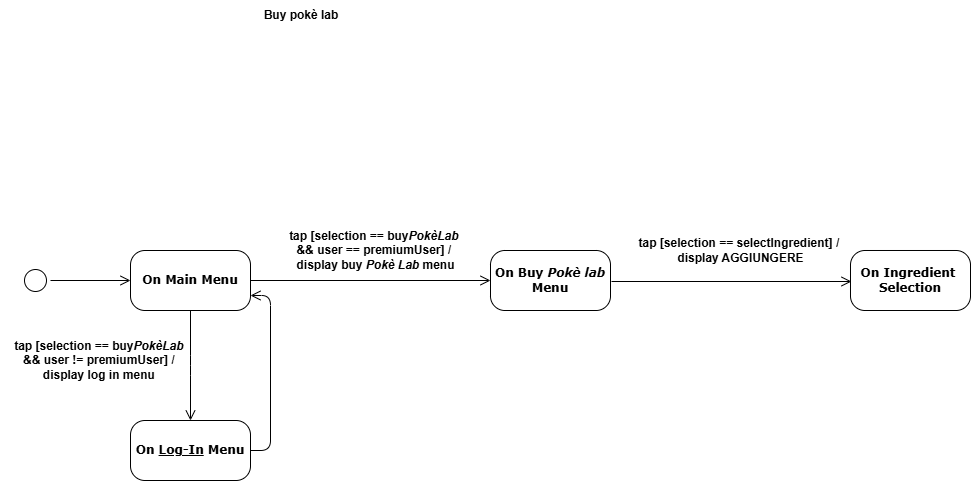
This is diagrams/StateDiagram.drawio.png from matteopinfildi/ISPW-Project, a draw.io export, as it was before one commit. Source tidied: cells renumbered, new cells last; positions are measured from the earlier drawing's top-left corner, leaving out a move shared by most shapes. The source it was exported from:
```xml
<mxGraphModel>
  <root>
    <mxCell id="0" />
    <mxCell id="1" parent="0" />
    <mxCell id="2" value="&lt;b&gt;Buy pokè lab&lt;/b&gt;" style="text;html=1;align=center;verticalAlign=middle;whiteSpace=wrap;rounded=0;" parent="1" vertex="1">
      <mxGeometry x="262" width="78" height="30" as="geometry" />
    </mxCell>
    <mxCell id="3" style="ellipse;html=1;shape=startState;rounded=1;shadow=0;comic=0;labelBackgroundColor=none;fontFamily=Verdana;fontSize=12;align=center;direction=south;" parent="1" vertex="1">
      <mxGeometry x="20" y="265" width="30" height="30" as="geometry" />
    </mxCell>
    <mxCell id="4" value="&lt;b&gt;On Main Menu&lt;/b&gt;" style="rounded=1;whiteSpace=wrap;html=1;arcSize=24;shadow=0;comic=0;labelBackgroundColor=none;fontFamily=Verdana;fontSize=12;align=center;" parent="1" vertex="1">
      <mxGeometry x="130" y="250" width="120" height="60" as="geometry" />
    </mxCell>
    <mxCell id="5" style="edgeStyle=orthogonalEdgeStyle;html=1;labelBackgroundColor=none;endArrow=open;endSize=8;fontFamily=Verdana;fontSize=12;align=left;fontColor=default;" parent="1" edge="1" source="3" target="4">
      <mxGeometry relative="1" as="geometry" />
    </mxCell>
    <mxCell id="6" style="edgeStyle=orthogonalEdgeStyle;html=1;labelBackgroundColor=none;endArrow=open;endSize=8;fontFamily=Verdana;fontSize=12;align=left;fontColor=default;exitX=0.5;exitY=1;exitDx=0;exitDy=0;" parent="1" edge="1" source="4">
      <mxGeometry relative="1" as="geometry">
        <mxPoint x="190" y="420" as="targetPoint" />
      </mxGeometry>
    </mxCell>
    <mxCell id="7" value="&lt;b&gt;On &lt;u&gt;Log-In&lt;/u&gt;&amp;nbsp;Menu&lt;/b&gt;" style="rounded=1;whiteSpace=wrap;html=1;arcSize=24;shadow=0;comic=0;labelBackgroundColor=none;fontFamily=Verdana;fontSize=12;align=center;" parent="1" vertex="1">
      <mxGeometry x="130" y="420" width="120" height="60" as="geometry" />
    </mxCell>
    <mxCell id="8" style="edgeStyle=orthogonalEdgeStyle;html=1;labelBackgroundColor=none;endArrow=open;endSize=8;fontFamily=Verdana;fontSize=12;align=left;fontColor=default;exitX=1;exitY=0.5;exitDx=0;exitDy=0;entryX=1;entryY=0.75;entryDx=0;entryDy=0;" parent="1" edge="1" source="7" target="4">
      <mxGeometry relative="1" as="geometry">
        <Array as="points">
          <mxPoint x="270" y="450" />
          <mxPoint x="270" y="295" />
        </Array>
      </mxGeometry>
    </mxCell>
    <mxCell id="9" value="&lt;b&gt;tap [selection == buy&lt;i&gt;PokèLab&lt;/i&gt;&amp;nbsp;&lt;/b&gt;&lt;div&gt;&lt;b&gt;&amp;amp;&amp;amp;&amp;nbsp;&lt;/b&gt;&lt;b style=&quot;background-color: initial;&quot;&gt;user != premiumUser] &lt;/b&gt;&lt;b style=&quot;background-color: initial;&quot;&gt;/&amp;nbsp;&lt;/b&gt;&lt;div&gt;&lt;div&gt;&lt;b style=&quot;background-color: initial;&quot;&gt;display log in menu&lt;/b&gt;&lt;b style=&quot;background-color: initial;&quot;&gt;&amp;nbsp;&lt;/b&gt;&lt;/div&gt;&lt;/div&gt;&lt;/div&gt;" style="text;html=1;align=center;verticalAlign=middle;strokeColor=none;fillColor=none;" parent="1" vertex="1">
      <mxGeometry y="330" width="200" height="60" as="geometry" />
    </mxCell>
    <mxCell id="10" style="edgeStyle=orthogonalEdgeStyle;html=1;labelBackgroundColor=none;endArrow=open;endSize=8;fontFamily=Verdana;fontSize=12;align=left;fontColor=default;exitX=1;exitY=0.5;exitDx=0;exitDy=0;entryX=0;entryY=0.5;entryDx=0;entryDy=0;" parent="1" edge="1" source="4" target="11">
      <mxGeometry relative="1" as="geometry" />
    </mxCell>
    <mxCell id="11" value="&lt;b&gt;On Buy &lt;i&gt;Pokè lab&lt;/i&gt;&lt;/b&gt;&lt;div&gt;&lt;b&gt;Menu&lt;/b&gt;&lt;/div&gt;" style="rounded=1;whiteSpace=wrap;html=1;arcSize=24;shadow=0;comic=0;labelBackgroundColor=none;fontFamily=Verdana;fontSize=12;align=center;" parent="1" vertex="1">
      <mxGeometry x="490" y="250" width="120" height="60" as="geometry" />
    </mxCell>
    <mxCell id="12" value="&lt;b&gt;tap [selection ==&amp;nbsp;&lt;/b&gt;&lt;b&gt;buy&lt;i&gt;PokèLab&lt;/i&gt;&amp;nbsp;&lt;/b&gt;&lt;div&gt;&lt;b&gt;&amp;amp;&amp;amp;&amp;nbsp;&lt;/b&gt;&lt;b style=&quot;background-color: initial;&quot;&gt;user == premiumUser] &lt;/b&gt;&lt;b style=&quot;background-color: initial;&quot;&gt;/&amp;nbsp;&lt;/b&gt;&lt;div&gt;&lt;div&gt;&lt;b style=&quot;background-color: initial;&quot;&gt;display buy &lt;i&gt;Pokè Lab &lt;/i&gt;menu&lt;/b&gt;&lt;/div&gt;&lt;/div&gt;&lt;/div&gt;" style="text;html=1;align=center;verticalAlign=middle;strokeColor=none;fillColor=none;" parent="1" vertex="1">
      <mxGeometry x="275" y="220" width="200" height="60" as="geometry" />
    </mxCell>
    <mxCell id="13" style="edgeStyle=orthogonalEdgeStyle;html=1;labelBackgroundColor=none;endArrow=open;endSize=8;fontFamily=Verdana;fontSize=12;align=left;fontColor=default;exitX=1;exitY=0.5;exitDx=0;exitDy=0;entryX=0;entryY=0.5;entryDx=0;entryDy=0;" parent="1" edge="1">
      <mxGeometry relative="1" as="geometry">
        <mxPoint x="611" y="281" as="sourcePoint" />
        <mxPoint x="851" y="281" as="targetPoint" />
      </mxGeometry>
    </mxCell>
    <mxCell id="14" value="&lt;b&gt;On Ingredient&amp;nbsp;&lt;/b&gt;&lt;div&gt;&lt;b&gt;Selection&lt;/b&gt;&lt;/div&gt;" style="rounded=1;whiteSpace=wrap;html=1;arcSize=24;shadow=0;comic=0;labelBackgroundColor=none;fontFamily=Verdana;fontSize=12;align=center;" parent="1" vertex="1">
      <mxGeometry x="850" y="250" width="120" height="60" as="geometry" />
    </mxCell>
    <mxCell id="15" value="&lt;b&gt;tap [selection == selectIngredient&lt;/b&gt;&lt;b style=&quot;background-color: initial; color: light-dark(rgb(0, 0, 0), rgb(255, 255, 255));&quot;&gt;] &lt;/b&gt;&lt;b style=&quot;background-color: initial; color: light-dark(rgb(0, 0, 0), rgb(255, 255, 255));&quot;&gt;/&amp;nbsp;&lt;/b&gt;&lt;div&gt;&lt;div&gt;&lt;div&gt;&lt;b style=&quot;background-color: initial;&quot;&gt;display AGGIUNGERE&lt;/b&gt;&lt;/div&gt;&lt;/div&gt;&lt;/div&gt;" style="text;html=1;align=center;verticalAlign=middle;strokeColor=none;fillColor=none;" parent="1" vertex="1">
      <mxGeometry x="625" y="230" width="230" height="40" as="geometry" />
    </mxCell>
  </root>
</mxGraphModel>
```
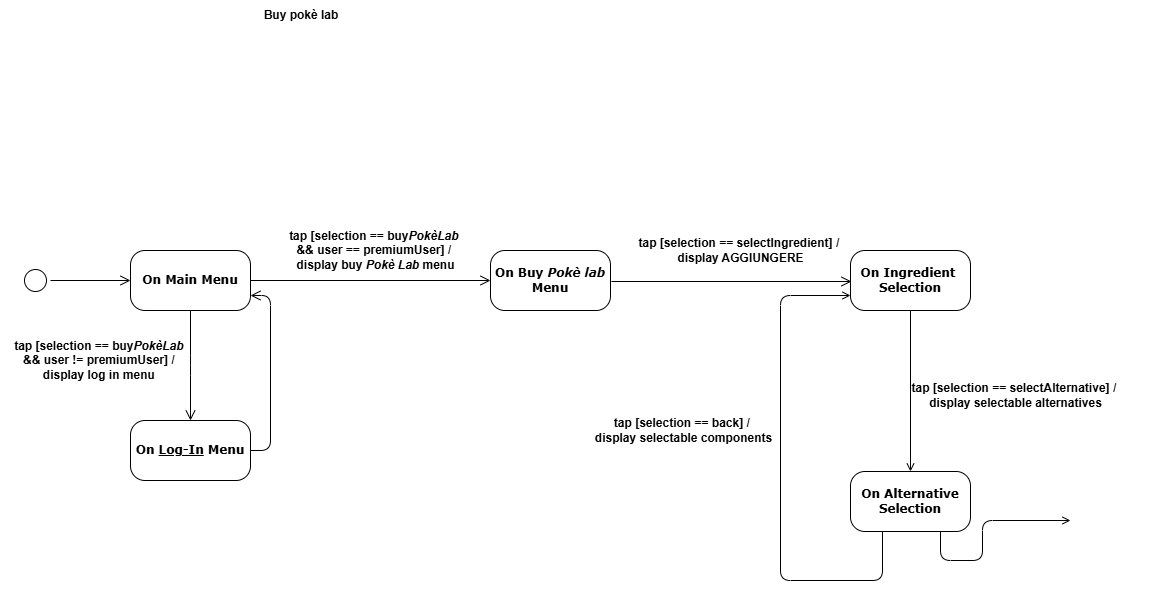
Later version of the same file.

What changed in the source:
```diff
@@ -54,5 +54,37 @@
     <mxCell id="15" value="&lt;b&gt;tap [selection == selectIngredient&lt;/b&gt;&lt;b style=&quot;background-color: initial; color: light-dark(rgb(0, 0, 0), rgb(255, 255, 255));&quot;&gt;] &lt;/b&gt;&lt;b style=&quot;background-color: initial; color: light-dark(rgb(0, 0, 0), rgb(255, 255, 255));&quot;&gt;/&amp;nbsp;&lt;/b&gt;&lt;div&gt;&lt;div&gt;&lt;div&gt;&lt;b style=&quot;background-color: initial;&quot;&gt;display AGGIUNGERE&lt;/b&gt;&lt;/div&gt;&lt;/div&gt;&lt;/div&gt;" style="text;html=1;align=center;verticalAlign=middle;strokeColor=none;fillColor=none;" parent="1" vertex="1">
       <mxGeometry x="625" y="230" width="230" height="40" as="geometry" />
     </mxCell>
+    <mxCell id="16" style="edgeStyle=orthogonalEdgeStyle;rounded=0;jettySize=auto;html=1;entryX=0.5;entryY=0;entryDx=0;entryDy=0;endArrow=open;endFill=0;labelBackgroundColor=none;fontColor=default;exitX=0.5;exitY=1;exitDx=0;exitDy=0;" parent="1" edge="1" source="14" target="19">
+      <mxGeometry relative="1" as="geometry" />
+    </mxCell>
+    <mxCell id="17" style="edgeStyle=orthogonalEdgeStyle;rounded=1;jettySize=auto;html=1;exitX=0.75;exitY=1;exitDx=0;exitDy=0;curved=0;endArrow=open;endFill=0;" parent="1" edge="1" source="19">
+      <mxGeometry relative="1" as="geometry">
+        <mxPoint x="1070" y="520" as="targetPoint" />
+        <Array as="points">
+          <mxPoint x="940" y="560" />
+          <mxPoint x="982" y="560" />
+        </Array>
+      </mxGeometry>
+    </mxCell>
+    <mxCell id="18" style="edgeStyle=orthogonalEdgeStyle;rounded=1;jettySize=auto;html=1;exitX=0.25;exitY=1;exitDx=0;exitDy=0;endArrow=open;endFill=0;curved=0;entryX=0;entryY=0.75;entryDx=0;entryDy=0;" parent="1" edge="1" source="19" target="14">
+      <mxGeometry relative="1" as="geometry">
+        <Array as="points">
+          <mxPoint x="880" y="471" />
+          <mxPoint x="882" y="471" />
+          <mxPoint x="882" y="580" />
+          <mxPoint x="780" y="580" />
+          <mxPoint x="780" y="295" />
+        </Array>
+      </mxGeometry>
+    </mxCell>
+    <mxCell id="19" value="&lt;b&gt;On Alternative Selection&lt;/b&gt;" style="rounded=1;whiteSpace=wrap;html=1;arcSize=24;shadow=0;comic=0;labelBackgroundColor=none;fontFamily=Verdana;fontSize=12;align=center;" parent="1" vertex="1">
+      <mxGeometry x="850" y="471" width="120" height="60" as="geometry" />
+    </mxCell>
+    <mxCell id="20" value="&lt;b&gt;tap [selection == selectAlternative] /&amp;nbsp;&lt;/b&gt;&lt;div&gt;&lt;b&gt;display&amp;nbsp;&lt;/b&gt;&lt;span style=&quot;background-color: initial;&quot;&gt;&lt;b&gt;selectable&amp;nbsp;&lt;/b&gt;&lt;/span&gt;&lt;b style=&quot;background-color: initial;&quot;&gt;alternatives&lt;/b&gt;&lt;/div&gt;" style="text;html=1;align=center;verticalAlign=middle;strokeColor=none;fillColor=none;" parent="1" vertex="1">
+      <mxGeometry x="855" y="370" width="320" height="50" as="geometry" />
+    </mxCell>
+    <mxCell id="21" value="&lt;b&gt;tap [selection == back] /&amp;nbsp;&lt;/b&gt;&lt;div&gt;&lt;b&gt;display&amp;nbsp;&lt;/b&gt;&lt;span style=&quot;background-color: initial;&quot;&gt;&lt;b&gt;selectable&amp;nbsp;&lt;/b&gt;&lt;/span&gt;&lt;b style=&quot;background-color: initial;&quot;&gt;components&lt;/b&gt;&lt;/div&gt;" style="text;html=1;align=center;verticalAlign=middle;strokeColor=none;fillColor=none;" parent="1" vertex="1">
+      <mxGeometry x="583" y="410" width="200" height="40" as="geometry" />
+    </mxCell>
   </root>
 </mxGraphModel>
```
